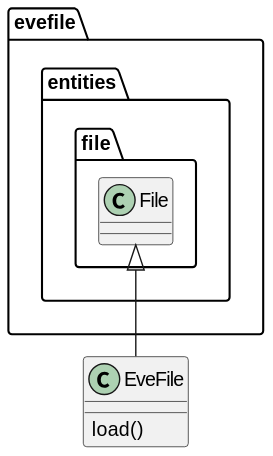
This is docs/uml/evedata.evefile.boundaries.evefile.svg from tillbiskup/evedata, a PlantUML export, as it was before one commit. Its diagram source:
```plantuml
@startuml

class EveFile extends evefile.entities.file.File {
    load()
}
@enduml
```
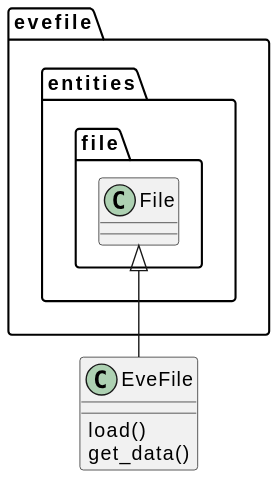
The same diagram one commit later.

The edit, as a diff of the source:
```diff
@@ -2,5 +2,6 @@
 
 class EveFile extends evefile.entities.file.File {
     load()
+    get_data()
 }
 @enduml
```
